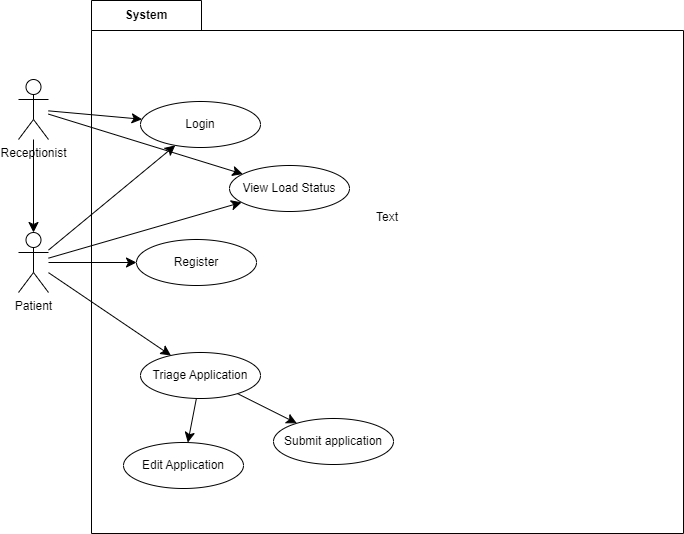
Earlier version of the draw.io export UseCaseDiagram.drawio.png (SENG-350-2024-fall/Team5). Source tidied: cells renumbered, new cells last; positions are measured from the earlier drawing's top-left corner, leaving out a move shared by most shapes.
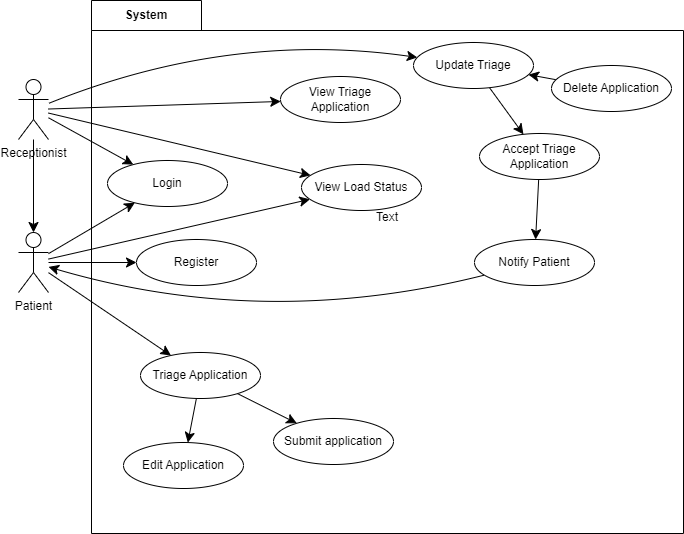
Above is the later version.

The edit, as a diff of the source:
```diff
@@ -34,11 +34,21 @@
     <mxCell id="11" style="edgeStyle=none;curved=1;rounded=0;jettySize=auto;html=1;fontSize=12;startSize=8;endSize=8;" parent="1" edge="1" source="12" target="20">
       <mxGeometry relative="1" as="geometry" />
     </mxCell>
+    <mxCell id="21" style="edgeStyle=none;curved=1;rounded=0;jettySize=auto;html=1;fontSize=12;startSize=8;endSize=8;" parent="1" edge="1" source="12" target="23">
+      <mxGeometry relative="1" as="geometry" />
+    </mxCell>
+    <mxCell id="22" style="edgeStyle=none;curved=1;rounded=0;jettySize=auto;html=1;fontSize=12;startSize=8;endSize=8;" parent="1" edge="1" source="12" target="25">
+      <mxGeometry relative="1" as="geometry">
+        <Array as="points">
+          <mxPoint x="211" y="30" />
+        </Array>
+      </mxGeometry>
+    </mxCell>
     <mxCell id="12" value="&lt;div&gt;Receptionist&lt;/div&gt;" style="shape=umlActor;verticalLabelPosition=bottom;verticalAlign=top;html=1;outlineConnect=0;" parent="1" vertex="1">
       <mxGeometry y="79" width="30" height="60" as="geometry" />
     </mxCell>
     <mxCell id="13" value="Login" style="ellipse;whiteSpace=wrap;html=1;" parent="1" vertex="1">
-      <mxGeometry x="122" y="101" width="120" height="46" as="geometry" />
+      <mxGeometry x="89" y="160" width="120" height="46" as="geometry" />
     </mxCell>
     <mxCell id="14" value="Register" style="ellipse;whiteSpace=wrap;html=1;" parent="1" vertex="1">
       <mxGeometry x="118" y="239" width="120" height="46" as="geometry" />
@@ -59,7 +69,38 @@
       <mxGeometry x="255" y="418" width="120" height="46" as="geometry" />
     </mxCell>
     <mxCell id="20" value="View Load Status" style="ellipse;whiteSpace=wrap;html=1;" parent="1" vertex="1">
-      <mxGeometry x="211" y="165" width="120" height="46" as="geometry" />
+      <mxGeometry x="283" y="164" width="120" height="46" as="geometry" />
     </mxCell>
+    <mxCell id="23" value="View Triage Application" style="ellipse;whiteSpace=wrap;html=1;" parent="1" vertex="1">
+      <mxGeometry x="262" y="76" width="120" height="46" as="geometry" />
+    </mxCell>
+    <mxCell id="24" style="edgeStyle=none;curved=1;rounded=0;jettySize=auto;html=1;fontSize=12;startSize=8;endSize=8;" parent="1" edge="1" source="25" target="27">
+      <mxGeometry relative="1" as="geometry" />
+    </mxCell>
+    <mxCell id="25" value="Update Triage" style="ellipse;whiteSpace=wrap;html=1;" parent="1" vertex="1">
+      <mxGeometry x="395" y="42" width="120" height="46" as="geometry" />
+    </mxCell>
+    <mxCell id="26" style="edgeStyle=none;curved=1;rounded=0;jettySize=auto;html=1;fontSize=12;startSize=8;endSize=8;" parent="1" edge="1" source="27" target="31">
+      <mxGeometry relative="1" as="geometry" />
+    </mxCell>
+    <mxCell id="27" value="Accept Triage Application" style="ellipse;whiteSpace=wrap;html=1;" parent="1" vertex="1">
+      <mxGeometry x="461" y="133" width="120" height="46" as="geometry" />
+    </mxCell>
+    <mxCell id="28" style="edgeStyle=none;curved=1;rounded=0;jettySize=auto;html=1;fontSize=12;startSize=8;endSize=8;" parent="1" edge="1" source="29" target="25">
+      <mxGeometry relative="1" as="geometry" />
+    </mxCell>
+    <mxCell id="29" value="Delete Application" style="ellipse;whiteSpace=wrap;html=1;" parent="1" vertex="1">
+      <mxGeometry x="533" y="65" width="120" height="46" as="geometry" />
+    </mxCell>
+    <mxCell id="30" style="edgeStyle=none;curved=1;rounded=0;jettySize=auto;html=1;fontSize=12;startSize=8;endSize=8;" parent="1" edge="1" source="31" target="8">
+      <mxGeometry relative="1" as="geometry">
+        <Array as="points">
+          <mxPoint x="246" y="330" />
+        </Array>
+      </mxGeometry>
+    </mxCell>
+    <mxCell id="31" value="Notify Patient" style="ellipse;whiteSpace=wrap;html=1;" parent="1" vertex="1">
+      <mxGeometry x="456" y="239" width="120" height="46" as="geometry" />
+    </mxCell>
   </root>
 </mxGraphModel>
```
